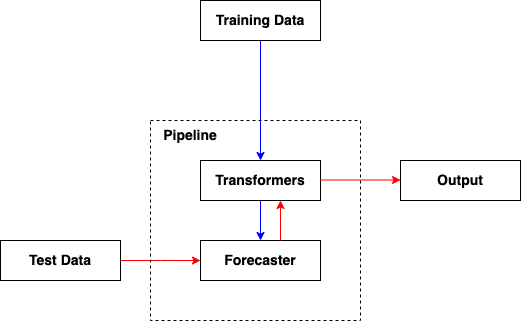
Above: DS/time_series/sktime/img/Forecasting_6.png in lin-chen-DLA/lin-chen-DLA.github.io (draw.io), before the change. Source tidied: cells renumbered, new cells last; positions are measured from the earlier drawing's top-left corner, leaving out a move shared by most shapes. Its diagram source:
```xml
<mxGraphModel>
  <root>
    <mxCell id="0" />
    <mxCell id="1" parent="0" />
    <mxCell id="2" style="edgeStyle=orthogonalEdgeStyle;rounded=0;jettySize=auto;html=1;strokeColor=#0000FF;" parent="1" edge="1" source="3" target="5">
      <mxGeometry relative="1" as="geometry" />
    </mxCell>
    <mxCell id="3" value="&lt;font style=&quot;font-size: 14px;&quot;&gt;&lt;b&gt;Training Data&lt;/b&gt;&lt;/font&gt;" style="rounded=0;whiteSpace=wrap;html=1;" parent="1" vertex="1">
      <mxGeometry x="200" width="120" height="40" as="geometry" />
    </mxCell>
    <mxCell id="4" style="edgeStyle=orthogonalEdgeStyle;rounded=0;jettySize=auto;html=1;entryX=0.5;entryY=0;entryDx=0;entryDy=0;strokeColor=#0000FF;" parent="1" edge="1" source="5" target="6">
      <mxGeometry relative="1" as="geometry" />
    </mxCell>
    <mxCell id="5" value="&lt;font style=&quot;font-size: 14px;&quot;&gt;&lt;b&gt;Transformers&lt;/b&gt;&lt;/font&gt;" style="rounded=0;whiteSpace=wrap;html=1;" parent="1" vertex="1">
      <mxGeometry x="200" y="160" width="120" height="40" as="geometry" />
    </mxCell>
    <mxCell id="6" value="&lt;font style=&quot;font-size: 14px;&quot;&gt;&lt;b&gt;Forecaster&lt;/b&gt;&lt;/font&gt;" style="rounded=0;whiteSpace=wrap;html=1;" parent="1" vertex="1">
      <mxGeometry x="200" y="240" width="120" height="40" as="geometry" />
    </mxCell>
    <mxCell id="7" style="edgeStyle=orthogonalEdgeStyle;rounded=0;jettySize=auto;html=1;entryX=0;entryY=0.5;entryDx=0;entryDy=0;strokeColor=#FF0000;" parent="1" edge="1" source="8">
      <mxGeometry relative="1" as="geometry">
        <mxPoint x="200" y="260" as="targetPoint" />
      </mxGeometry>
    </mxCell>
    <mxCell id="8" value="&lt;font style=&quot;font-size: 14px;&quot;&gt;&lt;b&gt;Test Data&lt;/b&gt;&lt;/font&gt;" style="rounded=0;whiteSpace=wrap;html=1;" parent="1" vertex="1">
      <mxGeometry y="240" width="120" height="40" as="geometry" />
    </mxCell>
    <mxCell id="9" style="rounded=0;whiteSpace=wrap;html=1;fillColor=none;dashed=1;" parent="1" vertex="1">
      <mxGeometry x="150" y="120" width="210" height="200" as="geometry" />
    </mxCell>
    <mxCell id="10" value="&lt;font style=&quot;font-size: 14px;&quot;&gt;&lt;b&gt;Pipeline&lt;/b&gt;&lt;/font&gt;" style="text;html=1;strokeColor=none;fillColor=none;align=center;verticalAlign=middle;whiteSpace=wrap;rounded=0;" parent="1" vertex="1">
      <mxGeometry x="160" y="120" width="60" height="30" as="geometry" />
    </mxCell>
    <mxCell id="11" style="endArrow=classic;html=1;rounded=0;strokeColor=#FF0000;" parent="1" edge="1">
      <mxGeometry relative="1" as="geometry">
        <mxPoint x="280" y="240" as="sourcePoint" />
        <mxPoint x="280" y="200" as="targetPoint" />
      </mxGeometry>
    </mxCell>
    <mxCell id="12" style="edgeStyle=orthogonalEdgeStyle;rounded=0;orthogonalLoop=1;jettySize=auto;html=1;entryX=0;entryY=0.5;entryDx=0;entryDy=0;strokeColor=#FF0000;" parent="1" edge="1">
      <mxGeometry relative="1" as="geometry">
        <mxPoint x="320" y="179.5" as="sourcePoint" />
        <mxPoint x="400" y="179.5" as="targetPoint" />
      </mxGeometry>
    </mxCell>
    <mxCell id="13" value="&lt;font style=&quot;font-size: 14px;&quot;&gt;&lt;b&gt;Output&lt;/b&gt;&lt;/font&gt;" style="rounded=0;whiteSpace=wrap;html=1;" parent="1" vertex="1">
      <mxGeometry x="400" y="160" width="120" height="40" as="geometry" />
    </mxCell>
  </root>
</mxGraphModel>
```
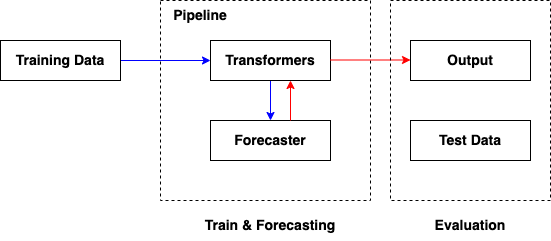
The same diagram one commit later.

Commit message:
Update Time-Series Diagrams

What changed in the source:
```diff
@@ -6,7 +6,7 @@
       <mxGeometry relative="1" as="geometry" />
     </mxCell>
     <mxCell id="3" value="&lt;font style=&quot;font-size: 14px;&quot;&gt;&lt;b&gt;Training Data&lt;/b&gt;&lt;/font&gt;" style="rounded=0;whiteSpace=wrap;html=1;" parent="1" vertex="1">
-      <mxGeometry x="200" width="120" height="40" as="geometry" />
+      <mxGeometry x="-10" y="160" width="120" height="40" as="geometry" />
     </mxCell>
     <mxCell id="4" style="edgeStyle=orthogonalEdgeStyle;rounded=0;jettySize=auto;html=1;entryX=0.5;entryY=0;entryDx=0;entryDy=0;strokeColor=#0000FF;" parent="1" edge="1" source="5" target="6">
       <mxGeometry relative="1" as="geometry" />
@@ -17,13 +17,8 @@
     <mxCell id="6" value="&lt;font style=&quot;font-size: 14px;&quot;&gt;&lt;b&gt;Forecaster&lt;/b&gt;&lt;/font&gt;" style="rounded=0;whiteSpace=wrap;html=1;" parent="1" vertex="1">
       <mxGeometry x="200" y="240" width="120" height="40" as="geometry" />
     </mxCell>
-    <mxCell id="7" style="edgeStyle=orthogonalEdgeStyle;rounded=0;jettySize=auto;html=1;entryX=0;entryY=0.5;entryDx=0;entryDy=0;strokeColor=#FF0000;" parent="1" edge="1" source="8">
-      <mxGeometry relative="1" as="geometry">
-        <mxPoint x="200" y="260" as="targetPoint" />
-      </mxGeometry>
-    </mxCell>
     <mxCell id="8" value="&lt;font style=&quot;font-size: 14px;&quot;&gt;&lt;b&gt;Test Data&lt;/b&gt;&lt;/font&gt;" style="rounded=0;whiteSpace=wrap;html=1;" parent="1" vertex="1">
-      <mxGeometry y="240" width="120" height="40" as="geometry" />
+      <mxGeometry x="400" y="240" width="120" height="40" as="geometry" />
     </mxCell>
     <mxCell id="9" style="rounded=0;whiteSpace=wrap;html=1;fillColor=none;dashed=1;" parent="1" vertex="1">
       <mxGeometry x="150" y="120" width="210" height="200" as="geometry" />
@@ -46,5 +41,14 @@
     <mxCell id="13" value="&lt;font style=&quot;font-size: 14px;&quot;&gt;&lt;b&gt;Output&lt;/b&gt;&lt;/font&gt;" style="rounded=0;whiteSpace=wrap;html=1;" parent="1" vertex="1">
       <mxGeometry x="400" y="160" width="120" height="40" as="geometry" />
     </mxCell>
+    <mxCell id="14" style="rounded=0;whiteSpace=wrap;html=1;fillColor=none;dashed=1;" parent="1" vertex="1">
+      <mxGeometry x="380" y="120" width="160" height="200" as="geometry" />
+    </mxCell>
+    <mxCell id="15" value="&lt;font style=&quot;font-size: 14px;&quot;&gt;&lt;b&gt;Evaluation&lt;/b&gt;&lt;/font&gt;" style="text;html=1;strokeColor=none;fillColor=none;align=center;verticalAlign=middle;whiteSpace=wrap;rounded=0;" parent="1" vertex="1">
+      <mxGeometry x="430" y="330" width="60" height="30" as="geometry" />
+    </mxCell>
+    <mxCell id="16" value="&lt;font style=&quot;font-size: 14px;&quot;&gt;&lt;b&gt;Train &amp;amp; Forecasting&lt;/b&gt;&lt;/font&gt;" style="text;html=1;strokeColor=none;fillColor=none;align=center;verticalAlign=middle;whiteSpace=wrap;rounded=0;" parent="1" vertex="1">
+      <mxGeometry x="185" y="330" width="150" height="30" as="geometry" />
+    </mxCell>
   </root>
 </mxGraphModel>
```
